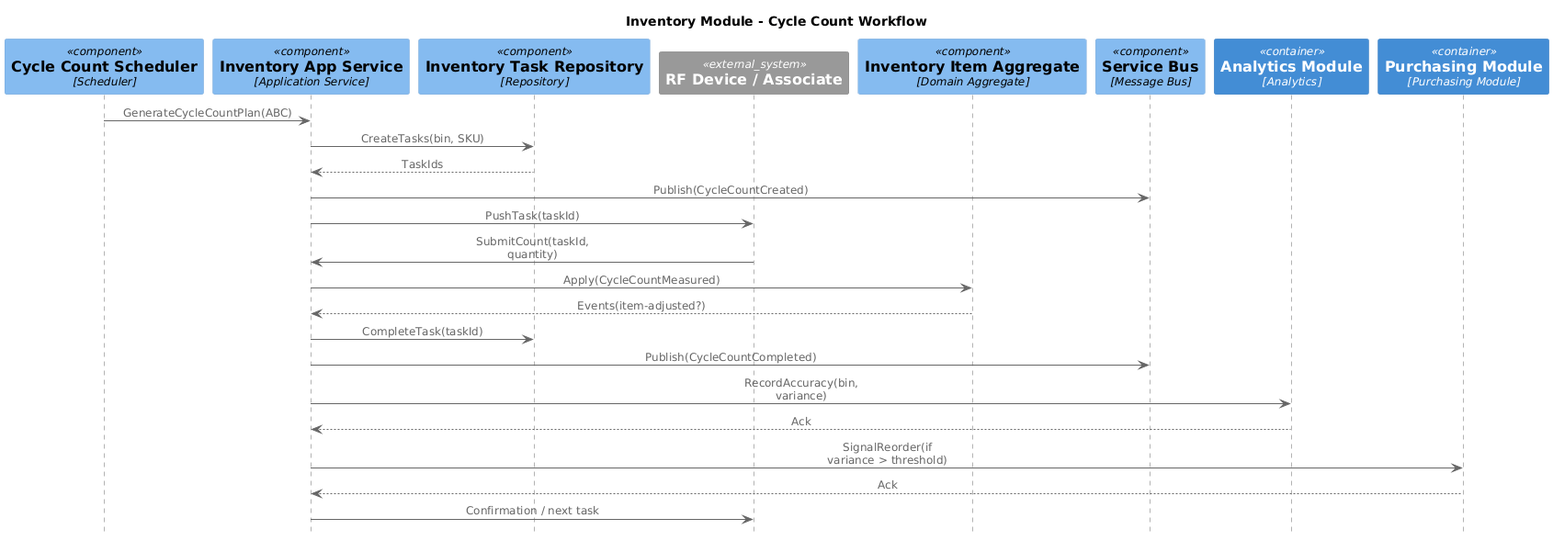
phapeee/ERP-Inventory-Management-System keeps this PlantUML diagram as Documents/media/attachments/sequence_diagrams/inventory_cycle_count_sequence/Inventory Cycle Count Flow.png. Above is the earlier version. The source it was exported from:
```plantuml
@startuml
!if %variable_exists("RELATIVE_INCLUDE")
  !include ./C4_Component.puml
!else
  !include https://raw.githubusercontent.com/plantuml-stdlib/C4-PlantUML/master/C4_Component.puml
!endif



!pragma teoz true


!if ($LEGEND_DASHED_BOUNDARY == "dashed")
  !$LEGEND_DASHED_BOUNDARY = ""
!endif
!if ($LEGEND_DASHED_TRANSPARENT_BOUNDARY == "dashed")
  !$LEGEND_DASHED_TRANSPARENT_BOUNDARY = ""
!endif
UpdateBoundaryStyle("", $bgColor=$BOUNDARY_BG_COLOR, $fontColor=$BOUNDARY_COLOR, $borderColor=$BOUNDARY_COLOR, $shape=$DEFAULT_SHAPE)
UpdateBoundaryStyle("enterprise", $bgColor=$ENTERPRISE_BOUNDARY_BG_COLOR, $fontColor=$ENTERPRISE_BOUNDARY_COLOR, $borderColor=$ENTERPRISE_BOUNDARY_COLOR, $type="$ENTERPRISE_BOUNDARY_TYPE", $shape=$DEFAULT_SHAPE)
UpdateBoundaryStyle("system", $bgColor=$SYSTEM_BOUNDARY_BG_COLOR, $fontColor=$SYSTEM_BOUNDARY_COLOR, $borderColor=$SYSTEM_BOUNDARY_COLOR, $type="$SYSTEM_BOUNDARY_TYPE", $shape=$DEFAULT_SHAPE)
UpdateBoundaryStyle("container", $bgColor=$CONTAINER_BOUNDARY_BG_COLOR, $fontColor=$CONTAINER_BOUNDARY_COLOR, $borderColor=$CONTAINER_BOUNDARY_COLOR, $type="$CONTAINER_BOUNDARY_TYPE", $shape=$DEFAULT_SHAPE)


!global $display_element_description = %false()

!unquoted procedure SHOW_ELEMENT_DESCRIPTIONS($show="true")
!if ($show == "true")
  !global $display_element_description = %true()
!else
  !global $display_element_description = %false()
!endif
!endprocedure

!unquoted procedure SHOW_FOOT_BOXES($show="true")
!if ($show == "true")
  show footbox
!else
  hide footbox
!endif
!endprocedure

!global $show_index = %false()
!unquoted procedure SHOW_INDEX($show="true")
!if ($show == "true")
  !global $show_index = %true()
!else
  !global $show_index = %false()
!endif
!endprocedure

!if (%variable_exists("$THEME"))
!else
!$BOUNDARY_BG_COLOR ?= "transparent"
!$BOUNDARY_COLOR ?= "#444444"
!$ARROW_COLOR ?= "#666666"

!if ($BOUNDARY_BG_COLOR == "transparent")
  !$SEQUENCE_BG_COLOR = white
!else
  !$SEQUENCE_BG_COLOR = $BOUNDARY_BG_COLOR
!endif

hide footbox
skinparam SequenceLifelineBorderColor $ARROW_COLOR

skinparam SequenceGroupBodyBackgroundColor $SEQUENCE_BG_COLOR
skinparam SequenceGroupFontColor $BOUNDARY_COLOR
skinparam SequenceGroupBackgroundColor $BOUNDARY_COLOR
skinparam SequenceGroupHeaderFontColor $SEQUENCE_BG_COLOR
skinparam SequenceGroupBorderColor $BOUNDARY_COLOR

skinparam SequenceReferenceBackgroundColor $SEQUENCE_BG_COLOR
skinparam SequenceReferenceFontColor $BOUNDARY_COLOR
skinparam SequenceReferenceHeaderBackgroundColor $BOUNDARY_COLOR
<style>
referenceHeader {
  fontcolor $SEQUENCE_BG_COLOR
}
</style>
skinparam SequenceReferenceBorderColor $BOUNDARY_COLOR

skinparam SequenceDividerBackgroundColor $SEQUENCE_BG_COLOR
skinparam SequenceDividerFontColor $BOUNDARY_COLOR
skinparam SequenceDividerBorderColor $BOUNDARY_COLOR

<style>
sequenceDiagram {
  delay {
    FontColor $BOUNDARY_COLOR
  }
}
</style>
!endif



!unquoted function $breakWithNewline($text, $lineEnd, $lineStart, $widthStr="-1")
!$width = %intval($widthStr)
!$multiLine = ""
!if (%strpos($text, "\n") >= 0)
  !while (%strpos($text, "\n") >= 0)
    !$brPos = %strpos($text, "\n")
    !if ($brPos > 0)
      !$multiLine = $multiLine + %substr($text, 0, $brPos) + $lineEnd + %newline() + $lineStart
    !else
      !$multiLine = $multiLine + "<U+00A0>" + $lineEnd + %newline() + $lineStart
    !endif
    !$text = %substr($text, $brPos+2)
    !if (%strlen($text) == 0)
      !$text = "<U+00A0>"
    !endif
  !endwhile
!else
  !while ($width>0 && %strlen($text) > $width)
    !$brPos = $width
    !while ($brPos > 0 && %substr($text, $brPos, 1) != ' ')
      !$brPos = $brPos - 1
    !endwhile

    !if ($brPos < 1)
      !$brPos = %strpos($text, " ")
    !else
    !endif

    !if ($brPos > 0)
      !$multiLine = $multiLine + %substr($text, 0, $brPos) + $lineEnd + %newline() + $lineStart
      !$text = %substr($text, $brPos + 1)
    !else
      !$multiLine = $multiLine+ $text
      !$text = ""
    !endif
  !endwhile
!endif
!if (%strlen($text) > 0)
  !$multiLine = $multiLine + $text
!endif
!return $multiLine
!endfunction

!unquoted function $breakNewLineLabel($text)
!$multiLine = $breakWithNewline($text, "", "==")
!return $multiLine
!endfunction

!unquoted function $breakNewLineDescr($text)
  !return $breakWithNewline($text, "", "", $REL_DESCR_MAX_CHAR_WIDTH)
!endfunction

!unquoted function $breakNewLineTechn($text)
  !$lineStart = "</size>//"
  !$lineEnd = '//<size:'+$TECHN_FONT_SIZE+'>'
  !return $breakWithNewline($text, $lineStart, $lineEnd, $REL_TECHN_MAX_CHAR_WIDTH)
!endfunction

!procedure $getParticipant($elementType, $alias, $label, $techn, $descr, $sprite, $tags, $link)
  !$sprite=$toElementArg($sprite, $tags, "ElementTagSprite", $elementType)
  !$techn=$toElementArg($techn, $tags, "ElementTagTechn", $elementType)
  !$stereo = $toStereos($elementType,$tags)
  !$calcLabel = "== " + $breakNewLineLabel($label)
  !$calcTech = "//<size:" + $TECHN_FONT_SIZE + ">[" + $breakNewLineTechn($techn) + "]</size>//"
  !$calcDescr = $breakNewLineDescr($descr)
  !$calcLink = $getLink($link)

participant $alias $stereo $calcLink [
!if ($sprite != "")
$getSprite($sprite)
!endif
!if ($label != "")
$calcLabel
!endif
!if ($techn != "")
$calcTech
!endif
!if ($display_element_description == %true() && $descr != "")

$calcDescr
!endif
]
!endprocedure


!unquoted procedure Person($alias, $label, $descr="", $sprite="", $tags="", $link="", $type="")
  $getParticipant("person", $alias, $label, $type, $descr, $sprite, $tags, $link)
!endprocedure

!unquoted procedure Person_Ext($alias, $label, $descr="", $sprite="", $tags="", $link="", $type="")
  $getParticipant("external_person", $alias, $label, $type, $descr, $sprite, $tags, $link)
!endprocedure

!unquoted procedure System($alias, $label, $descr="", $sprite="", $tags="", $link="", $type="", $baseShape="rectangle")
  $getParticipant("system", $alias, $label, $type, $descr, $sprite, $tags, $link)
!endprocedure

!unquoted procedure SystemDb($alias, $label, $descr="", $sprite="", $tags="", $link="", $type="")
  $getParticipant("system", $alias, $label, $type, $descr, $sprite, $tags, $link)
!endprocedure

!unquoted procedure SystemQueue($alias, $label, $descr="", $sprite="", $tags="", $link="", $type="")
  $getParticipant("system", $alias, $label, $type, $descr, $sprite, $tags, $link)
!endprocedure

!unquoted procedure System_Ext($alias, $label, $descr="", $sprite="", $tags="", $link="", $type="", $baseShape="rectangle")
  $getParticipant("external_system", $alias, $label, $type, $descr, $sprite, $tags, $link)
!endprocedure

!unquoted procedure SystemDb_Ext($alias, $label, $descr="", $sprite="", $tags="", $link="", $type="")
  $getParticipant("external_system", $alias, $label, $type, $descr, $sprite, $tags, $link)
!endprocedure

!unquoted procedure SystemQueue_Ext($alias, $label, $descr="", $sprite="", $tags="", $link="", $type="")
  $getParticipant("external_system", $alias, $label, $type, $descr, $sprite, $tags, $link)
!endprocedure



!unquoted procedure Container($alias, $label, $techn="", $descr="", $sprite="", $tags="", $link="", $baseShape="rectangle")
  $getParticipant("container", $alias, $label, $techn, $descr, $sprite, $tags, $link)
!endprocedure

!unquoted procedure ContainerDb($alias, $label, $techn="", $descr="", $sprite="", $tags="", $link="")
  $getParticipant("container", $alias, $label, $techn, $descr, $sprite, $tags, $link)
!endprocedure

!unquoted procedure ContainerQueue($alias, $label, $techn="", $descr="", $sprite="", $tags="", $link="")
  $getParticipant("container", $alias, $label, $techn, $descr, $sprite, $tags, $link)
!endprocedure

!unquoted procedure Container_Ext($alias, $label, $techn="", $descr="", $sprite="", $tags="", $link="", $baseShape="rectangle")
  $getParticipant("external_container", $alias, $label, $techn, $descr, $sprite, $tags, $link)
!endprocedure

!unquoted procedure ContainerDb_Ext($alias, $label, $techn="", $descr="", $sprite="", $tags="", $link="")
  $getParticipant("external_container", $alias, $label, $techn, $descr, $sprite, $tags, $link)
!endprocedure

!unquoted procedure ContainerQueue_Ext($alias, $label, $techn="", $descr="", $sprite="", $tags="", $link="")
  $getParticipant("external_container", $alias, $label, $techn, $descr, $sprite, $tags, $link)
!endprocedure



!unquoted procedure Component($alias, $label, $techn="", $descr="", $sprite="", $tags="", $link="", $baseShape="rectangle")
  $getParticipant("component", $alias, $label, $techn, $descr, $sprite, $tags, $link)
!endprocedure

!unquoted procedure ComponentDb($alias, $label, $techn="", $descr="", $sprite="", $tags="", $link="")
  $getParticipant("component", $alias, $label, $techn, $descr, $sprite, $tags, $link)
!endprocedure

!unquoted procedure ComponentQueue($alias, $label, $techn="", $descr="", $sprite="", $tags="", $link="")
  $getParticipant("component", $alias, $label, $techn, $descr, $sprite, $tags, $link)
!endprocedure

!unquoted procedure Component_Ext($alias, $label, $techn="", $descr="", $sprite="", $tags="", $link="", $baseShape="rectangle")
  $getParticipant("external_component", $alias, $label, $techn, $descr, $sprite, $tags, $link)
!endprocedure

!unquoted procedure ComponentDb_Ext($alias, $label, $techn="", $descr="", $sprite="", $tags="", $link="")
  $getParticipant("external_component", $alias, $label, $techn, $descr, $sprite, $tags, $link)
!endprocedure

!unquoted procedure ComponentQueue_Ext($alias, $label, $techn="", $descr="", $sprite="", $tags="", $link="")
  $getParticipant("external_component", $alias, $label, $techn, $descr, $sprite, $tags, $link)
!endprocedure

!unquoted procedure Participant_UI($alias, $label, $descr="")
  Person_Ext($alias, $label, $descr)
!endprocedure
!unquoted procedure Participant_Controller($alias, $label, $descr="")
  Component($alias, $label, "API Controller", $descr)
!endprocedure
!unquoted procedure Participant_App($alias, $label, $descr="")
  Component($alias, $label, "Application Service", $descr)
!endprocedure
!unquoted procedure Participant_Aggregate($alias, $label, $descr="")
  Component($alias, $label, "Domain Aggregate", $descr)
!endprocedure
!unquoted procedure Participant_Policy($alias, $label, $descr="")
  Component($alias, $label, "Domain Policy", $descr)
!endprocedure
!unquoted procedure Participant_Saga($alias, $label, $descr="")
  Component($alias, $label, "Saga/Workflow", $descr)
!endprocedure
!unquoted procedure Participant_Validator($alias, $label, $descr="")
  Component($alias, $label, "Validator", $descr)
!endprocedure
!unquoted procedure Participant_Workflow($alias, $label, $descr="")
  Component($alias, $label, "Workflow Handler", $descr)
!endprocedure
!unquoted procedure Participant_Module($alias, $label, $descr="")
  Container($alias, $label, "Module", $descr)
!endprocedure
!unquoted procedure Participant_AppService($alias, $label, $descr="")
  Component($alias, $label, "Application Service", $descr)
!endprocedure
!unquoted procedure Participant_Payment($alias, $label, $descr="")
  Component($alias, $label, "Payment Adapter", $descr)
!endprocedure
!unquoted procedure Participant_Inventory($alias, $label, $descr="")
  Component($alias, $label, "Inventory Adapter", $descr)
!endprocedure
!unquoted procedure Participant_Shipping($alias, $label, $descr="")
  Component($alias, $label, "Shipping Adapter", $descr)
!endprocedure
!unquoted procedure Participant_Tax($alias, $label, $descr="")
  Component($alias, $label, "Tax Adapter", $descr)
!endprocedure
!unquoted procedure Participant_EventBus($alias, $label, $descr="")
  ComponentQueue($alias, $label, "Message Bus", $descr)
!endprocedure
!unquoted procedure Participant_Accounting($alias, $label, $descr="")
  Component($alias, $label, "Accounting Adapter", $descr)
!endprocedure
!unquoted procedure Participant_ShippingModule($alias, $label, $descr="")
  Container($alias, $label, "Module", $descr)
!endprocedure
!unquoted procedure Participant_InventoryModule($alias, $label, $descr="")
  Container($alias, $label, "Module", $descr)
!endprocedure
!unquoted procedure Participant_Analytics($alias, $label, $descr="")
  Container($alias, $label, "Analytics", $descr)
!endprocedure
!unquoted procedure Participant_Scheduler($alias, $label, $descr="")
  Component($alias, $label, "Scheduler", $descr)
!endprocedure
!unquoted procedure Participant_TaskRepo($alias, $label, $descr="")
  ComponentDb($alias, $label, "Repository", $descr)
!endprocedure
!unquoted procedure Participant_RFDevice($alias, $label, $descr="")
  System_Ext($alias, $label, $descr)
!endprocedure
!unquoted procedure Participant_Purchasing($alias, $label, $descr="")
  Container($alias, $label, "Purchasing Module", $descr)
!endprocedure
!unquoted procedure Participant_Adapter($alias, $label, $descr="")
  Component($alias, $label, "Adapter", $descr)
!endprocedure
!unquoted procedure Participant_DocStore($alias, $label, $descr="")
  Component($alias, $label, "Document Store", $descr)
!endprocedure
!unquoted procedure Participant_Domain($alias, $label, $descr="")
  Component($alias, $label, "Domain Component", $descr)
!endprocedure
!unquoted procedure Participant_External($alias, $label, $descr="")
  System_Ext($alias, $label, $descr)
!endprocedure
!unquoted procedure Participant_Notification($alias, $label, $descr="")
  Component($alias, $label, "Notification Publisher", $descr)
!endprocedure
!unquoted procedure Participant_Evidence($alias, $label, $descr="")
  Component($alias, $label, "Evidence Store", $descr)
!endprocedure
!unquoted procedure Participant_Shared($alias, $label, $descr="")
  Component($alias, $label, "Shared Service", $descr)
!endprocedure
!unquoted procedure Participant_Refund($alias, $label, $descr="")
  Component($alias, $label, "Refund Adapter", $descr)
!endprocedure
!unquoted procedure Participant_Audit($alias, $label, $descr="")
  Component($alias, $label, "Audit Trail", $descr)
!endprocedure
!unquoted procedure Participant_Tracking($alias, $label, $descr="")
  Component($alias, $label, "Tracking Listener", $descr)
!endprocedure




!unquoted procedure Boundary($alias, $label, $type="", $tags="", $link="", $descr = "")
!$boundaryTags = $addBoundaryPostfix($tags)
!$type=$toElementArg($type, $boundaryTags, "ElementTagTechn", "boundary")
!$sprite=$toElementArg("", $boundaryTags, "ElementTagSprite", "boundary")
!$labelSprite=""
!if ($sprite != "")
  !$labelSprite = $getSprite($smallVersionSprite($sprite, $BOUNDARY_IMAGE_SIZE_FACTOR)) + ' '
!endif
!if ($link != "")
  !$usedNewLine = ']]\n== [[' + $link + ' '
  !$labelType = '== [[' + $link + ' ' + $labelSprite + $breakText($label, $usedNewLine) + ']]'
!else
  !$usedNewLine = '\n== '
  !$labelType = $labelSprite + $breakText($label, $usedNewLine)
!endif
!if (type != "")
    !$labelType = $labelType + '\n<size:' + $TECHN_FONT_SIZE + '>[' + $type + ']</size>'
!endif
!if ($display_element_description == %true() && $descr != "")
    !$labelType = $labelType + '\n\n' + $breakDescr($descr, $BOUNDARY_DESCR_MAX_CHAR_WIDTH)
!endif
box "$labelType" $toStereos("boundary", $boundaryTags)
!endprocedure

!procedure Boundary_End()
end box
!endprocedure

!unquoted procedure Enterprise_Boundary($alias, $label, $tags="", $link="", $descr = "")
  !if ($tags != "")
    !$allTags = $tags + '+enterprise'
  !else
    !$allTags = 'enterprise'
  !endif
  Boundary($alias, $label, "", $allTags, $link, $descr)
!endprocedure

!unquoted procedure System_Boundary($alias, $label, $tags="", $link="", $descr = "")
  !if ($tags != "")
    !$allTags = $tags + '+system'
  !else
    !$allTags = 'system'
  !endif
  Boundary($alias, $label, "", $allTags, $link, $descr)
!endprocedure

!unquoted procedure Container_Boundary($alias, $label, $tags="", $link="", $descr = "")
  !if ($tags != "")
    !$allTags = $tags + '+container'
  !else
    !$allTags = 'container'
  !endif
  Boundary($alias, $label, "", $allTags, $link, $descr)
!endprocedure



!unquoted procedure Rel($from, $to, $label, $techn="", $descr="", $sprite="", $tags="", $link="", $index="", $rel="")
  !if ($show_index == %true())
    !$pre = $getPrefix($index)
  !else
    !$pre = ""
  !endif
  !if ($rel == "")
    !$rel = "->"
  !endif
$getRel($rel, $from, $to, $pre + $label, $techn, $descr, $sprite, $tags, $link)
!endprocedure
!unquoted procedure Rel($from, $to, $label, $techn="", $descr="", $sprite="", $tags="", $link="")
Rel($from, $to, $label, $techn, $descr, $sprite, $tags, $link, "", "")
!endprocedure


title Inventory Module - Cycle Count Workflow

Participant_Scheduler(cycleScheduler, "Cycle Count Scheduler")
Participant_App(invApp, "Inventory App Service")
Participant_TaskRepo(taskRepo, "Inventory Task Repository")
Participant_RFDevice(rfDevice, "RF Device / Associate")
Participant_Aggregate(invAgg, "Inventory Item Aggregate")
Participant_EventBus(eventBus, "Service Bus")
Participant_Analytics(analyticsModule, "Analytics Module")
Participant_Purchasing(purchModule, "Purchasing Module")

cycleScheduler -> invApp : GenerateCycleCountPlan(ABC)
invApp -> taskRepo : CreateTasks(bin, SKU)
taskRepo --> invApp : TaskIds
invApp -> eventBus : Publish(CycleCountCreated)
invApp -> rfDevice : PushTask(taskId)
rfDevice -> invApp : SubmitCount(taskId, quantity)
invApp -> invAgg : Apply(CycleCountMeasured)
invAgg --> invApp : Events(item-adjusted?)
invApp -> taskRepo : CompleteTask(taskId)
invApp -> eventBus : Publish(CycleCountCompleted)
invApp -> analyticsModule : RecordAccuracy(bin, variance)
analyticsModule --> invApp : Ack
invApp -> purchModule : SignalReorder(if variance > threshold)
purchModule --> invApp : Ack
invApp -> rfDevice : Confirmation / next task
@enduml
```
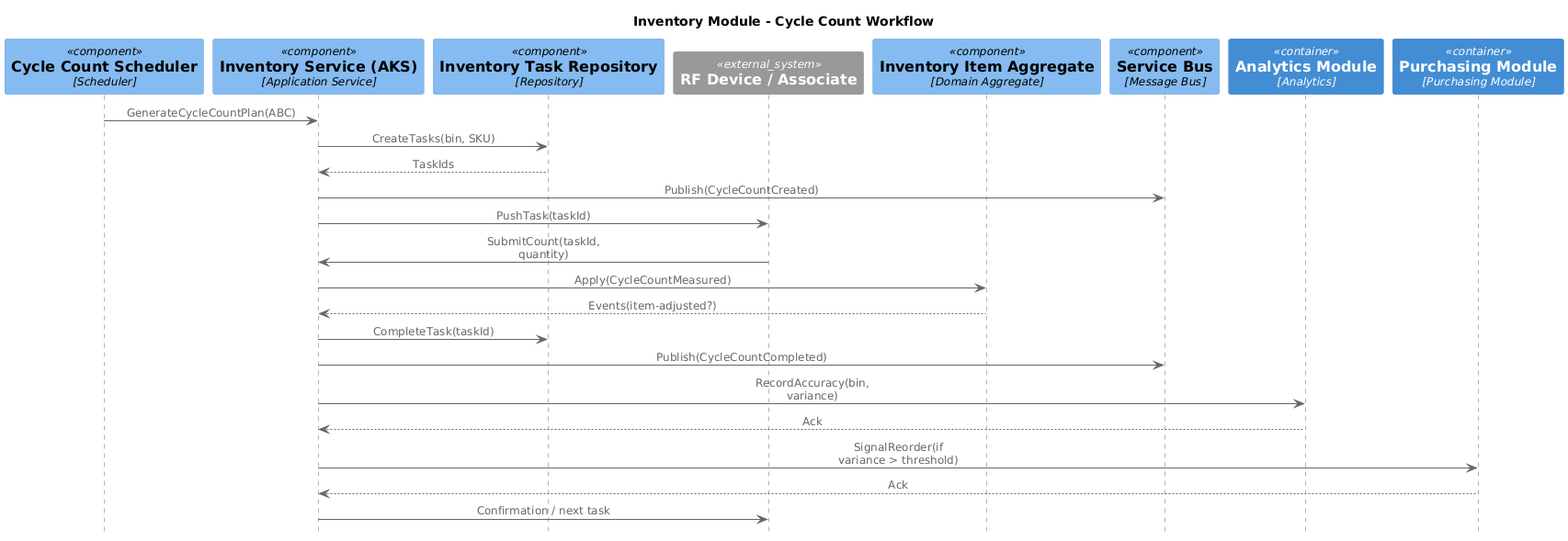
After the commit.

The edit, as a diff of the source:
```diff
@@ -1,4 +1,4 @@
-@startuml
+@startuml Inventory Cycle Count Flow
 !if %variable_exists("RELATIVE_INCLUDE")
   !include ./C4_Component.puml
 !else
@@ -443,7 +443,7 @@
 title Inventory Module - Cycle Count Workflow
 
 Participant_Scheduler(cycleScheduler, "Cycle Count Scheduler")
-Participant_App(invApp, "Inventory App Service")
+Participant_App(invApp, "Inventory Service (AKS)")
 Participant_TaskRepo(taskRepo, "Inventory Task Repository")
 Participant_RFDevice(rfDevice, "RF Device / Associate")
 Participant_Aggregate(invAgg, "Inventory Item Aggregate")
@@ -466,4 +466,5 @@
 invApp -> purchModule : SignalReorder(if variance > threshold)
 purchModule --> invApp : Ack
 invApp -> rfDevice : Confirmation / next task
+
 @enduml
```
